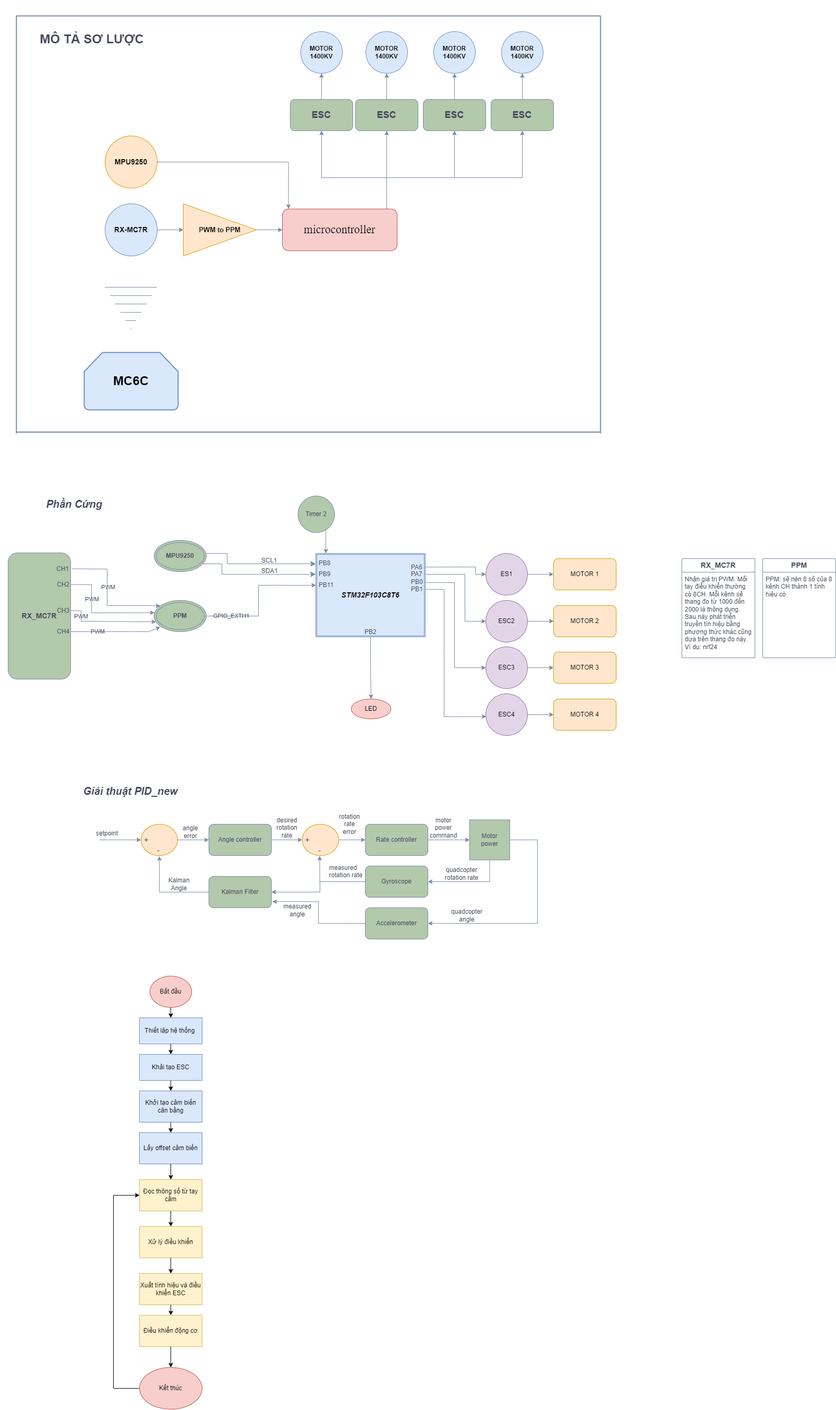
Before: Untitled Diagram.drawio.png, a diagram exported from draw.io (trung5522/fly). Source tidied: cells renumbered, new cells last; positions are measured from the earlier drawing's top-left corner, leaving out a move shared by most shapes.
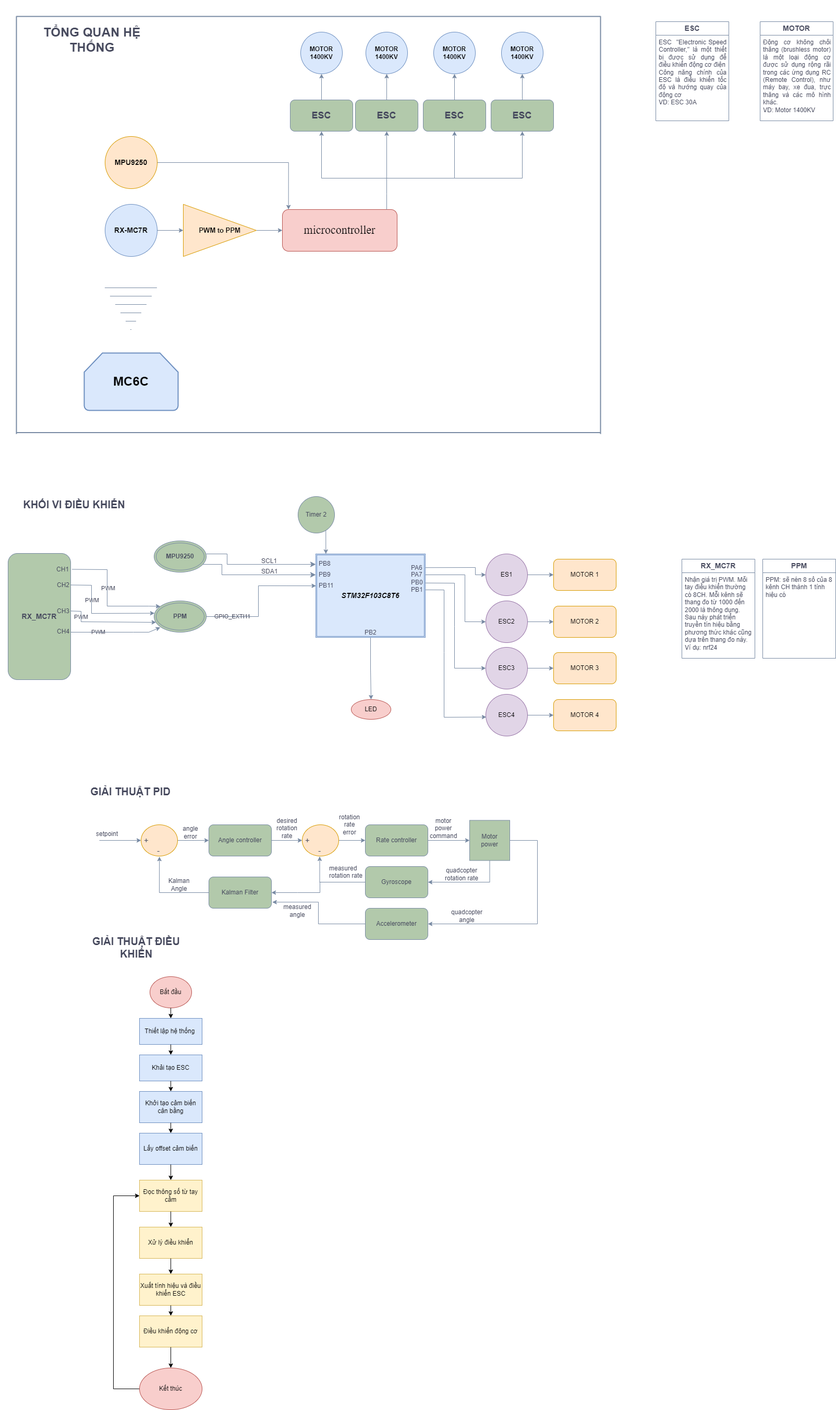
After the change.

Commit message:
Cập nhật Untitled Diagram.drawio.png

What changed in the source:
```diff
@@ -340,7 +340,7 @@
     <mxCell id="80" value="MOTOR 4" style="rounded=1;whiteSpace=wrap;html=1;labelBackgroundColor=none;fillColor=#ffe6cc;strokeColor=#d79b00;" parent="1" vertex="1">
       <mxGeometry x="1060" y="1339" width="120" height="60" as="geometry" />
     </mxCell>
-    <mxCell id="81" value="&lt;h1&gt;MÔ TẢ SƠ LƯỢC&lt;/h1&gt;" style="text;html=1;strokeColor=none;fillColor=none;align=center;verticalAlign=middle;whiteSpace=wrap;rounded=0;labelBackgroundColor=none;fontColor=#46495D;" parent="1" vertex="1">
+    <mxCell id="81" value="&lt;h1&gt;TỔNG QUAN HỆ THỐNG&lt;/h1&gt;" style="text;html=1;strokeColor=none;fillColor=none;align=center;verticalAlign=middle;whiteSpace=wrap;rounded=0;labelBackgroundColor=none;fontColor=#46495D;" parent="1" vertex="1">
       <mxGeometry x="70" y="60" width="210" height="30" as="geometry" />
     </mxCell>
     <mxCell id="82" style="edgeStyle=orthogonalEdgeStyle;rounded=0;jettySize=auto;html=1;entryX=0;entryY=0.5;entryDx=0;entryDy=0;labelBackgroundColor=none;strokeColor=#788AA3;fontColor=default;" parent="1" edge="1" source="83" target="87">
@@ -469,10 +469,10 @@
     <mxCell id="114" value="measured&lt;br style=&quot;border-color: var(--border-color); text-align: center;&quot;&gt;&lt;div style=&quot;text-align: center;&quot;&gt;&lt;span style=&quot;background-color: initial;&quot;&gt;rotation rate&lt;/span&gt;&lt;/div&gt;" style="text;whiteSpace=wrap;html=1;labelBackgroundColor=none;fontColor=#46495D;" parent="1" vertex="1">
       <mxGeometry x="628" y="1649" width="90" height="50" as="geometry" />
     </mxCell>
-    <mxCell id="115" value="&lt;font style=&quot;font-size: 20px;&quot;&gt;&lt;b&gt;&lt;i&gt;Phần Cứng&lt;/i&gt;&lt;/b&gt;&lt;/font&gt;" style="text;html=1;strokeColor=none;fillColor=none;align=center;verticalAlign=middle;whiteSpace=wrap;rounded=0;labelBackgroundColor=none;fontColor=#46495D;" parent="1" vertex="1">
+    <mxCell id="115" value="&lt;span style=&quot;font-size: 20px;&quot;&gt;&lt;b&gt;KHỐI VI ĐIỀU KHIỂN&lt;/b&gt;&lt;/span&gt;" style="text;html=1;strokeColor=none;fillColor=none;align=center;verticalAlign=middle;whiteSpace=wrap;rounded=0;labelBackgroundColor=none;fontColor=#46495D;" parent="1" vertex="1">
       <mxGeometry x="41" y="950" width="200" height="30" as="geometry" />
     </mxCell>
-    <mxCell id="116" value="&lt;span style=&quot;font-size: 20px;&quot;&gt;&lt;b&gt;&lt;i&gt;Giải thuật PID_new&lt;/i&gt;&lt;/b&gt;&lt;/span&gt;" style="text;html=1;strokeColor=none;fillColor=none;align=center;verticalAlign=middle;whiteSpace=wrap;rounded=0;labelBackgroundColor=none;fontColor=#46495D;" parent="1" vertex="1">
+    <mxCell id="116" value="&lt;span style=&quot;font-size: 20px;&quot;&gt;&lt;b&gt;GIẢI THUẬT PID&lt;/b&gt;&lt;/span&gt;" style="text;html=1;strokeColor=none;fillColor=none;align=center;verticalAlign=middle;whiteSpace=wrap;rounded=0;labelBackgroundColor=none;fontColor=#46495D;" parent="1" vertex="1">
       <mxGeometry x="149" y="1500" width="200" height="30" as="geometry" />
     </mxCell>
     <mxCell id="117" value="&lt;b style=&quot;border-color: var(--border-color); font-size: 14px;&quot;&gt;RX_MC7R&lt;/b&gt;" style="swimlane;fontStyle=0;horizontal=1;startSize=26;fillColor=none;whiteSpace=wrap;html=1;strokeColor=#788AA3;fontColor=#46495D;" parent="1" vertex="1">
@@ -552,5 +552,20 @@
     <mxCell id="140" style="endArrow=classic;html=1;rounded=0;entryX=0.5;entryY=0;entryDx=0;entryDy=0;exitX=0.5;exitY=1;exitDx=0;exitDy=0;" parent="1" edge="1" source="130" target="131">
       <mxGeometry relative="1" as="geometry" />
     </mxCell>
+    <mxCell id="141" value="&lt;span style=&quot;font-size: 20px;&quot;&gt;&lt;b&gt;GIẢI THUẬT ĐIỀU KHIỂN&lt;/b&gt;&lt;/span&gt;" style="text;html=1;strokeColor=none;fillColor=none;align=center;verticalAlign=middle;whiteSpace=wrap;rounded=0;labelBackgroundColor=none;fontColor=#46495D;" parent="1" vertex="1">
+      <mxGeometry x="160" y="1799" width="200" height="30" as="geometry" />
+    </mxCell>
+    <mxCell id="142" value="&lt;span style=&quot;font-size: 14px;&quot;&gt;&lt;b&gt;ESC&lt;/b&gt;&lt;/span&gt;" style="swimlane;fontStyle=0;horizontal=1;startSize=26;fillColor=none;whiteSpace=wrap;html=1;strokeColor=#788AA3;fontColor=#46495D;" parent="1" vertex="1">
+      <mxGeometry x="1256" y="40" width="140" height="190" as="geometry" />
+    </mxCell>
+    <mxCell id="143" value="&lt;div style=&quot;text-align: justify;&quot;&gt;&lt;span style=&quot;background-color: initial;&quot;&gt;ESC&amp;nbsp; &quot;Electronic Speed Controller,&quot; là một thiết bị được sử dụng để điều khiển động cơ điện&lt;/span&gt;&lt;/div&gt;&lt;div style=&quot;text-align: justify;&quot;&gt;Công năng chính của ESC là điều khiển tốc độ và hướng quay của động cơ&lt;/div&gt;&lt;div style=&quot;text-align: justify;&quot;&gt;VD: ESC 30A&lt;/div&gt;" style="text;strokeColor=none;fillColor=none;align=left;verticalAlign=top;spacingLeft=4;spacingRight=4;overflow=hidden;whiteSpace=wrap;html=1;fontColor=#46495D;" parent="142" vertex="1">
+      <mxGeometry y="26" width="140" height="164" as="geometry" />
+    </mxCell>
+    <mxCell id="144" value="&lt;span style=&quot;font-size: 14px;&quot;&gt;&lt;b&gt;MOTOR&lt;/b&gt;&lt;/span&gt;" style="swimlane;fontStyle=0;horizontal=1;startSize=26;fillColor=none;whiteSpace=wrap;html=1;strokeColor=#788AA3;fontColor=#46495D;" parent="1" vertex="1">
+      <mxGeometry x="1456" y="40" width="140" height="190" as="geometry" />
+    </mxCell>
+    <mxCell id="145" value="&lt;div style=&quot;text-align: justify;&quot;&gt;Động cơ không chổi thăng (brushless motor) là một loại động cơ được sử dụng rộng rãi trong các ứng dụng RC (Remote Control), như máy bay, xe đua, trực thăng và các mô hình khác.&amp;nbsp;&lt;br&gt;&lt;/div&gt;&lt;div style=&quot;text-align: justify;&quot;&gt;VD: Motor 1400KV&lt;/div&gt;" style="text;strokeColor=none;fillColor=none;align=left;verticalAlign=top;spacingLeft=4;spacingRight=4;overflow=hidden;whiteSpace=wrap;html=1;fontColor=#46495D;" parent="144" vertex="1">
+      <mxGeometry y="26" width="140" height="164" as="geometry" />
+    </mxCell>
   </root>
 </mxGraphModel>
```
